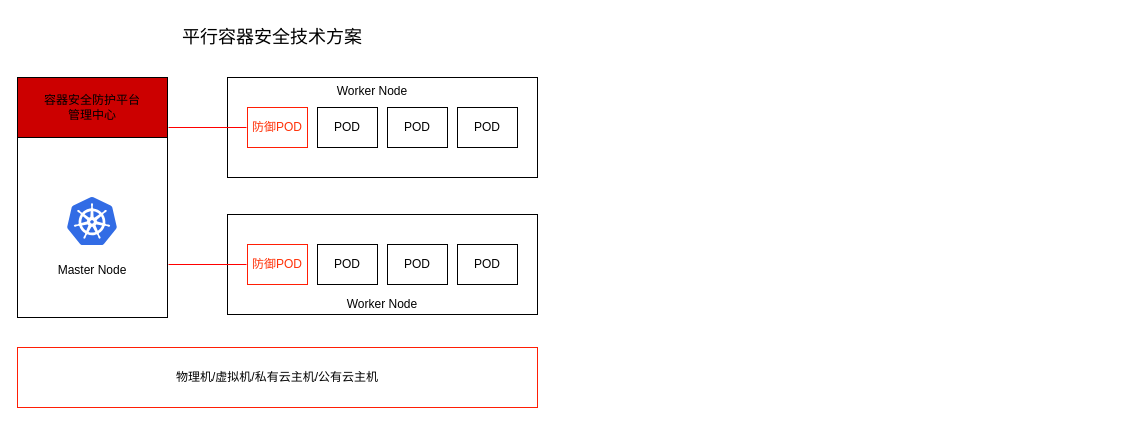
This is Untitled Diagram.drawio from secguad/IMAP_Bruteforce, a draw.io file, before an edit. Source tidied: cells renumbered, new cells numbered last; positions are measured from the earlier drawing's top-left corner, leaving out a move shared by most shapes. Both pictures are drawn from the tidied source at 100%, with x=0, y=0 at pixel (17, 17).
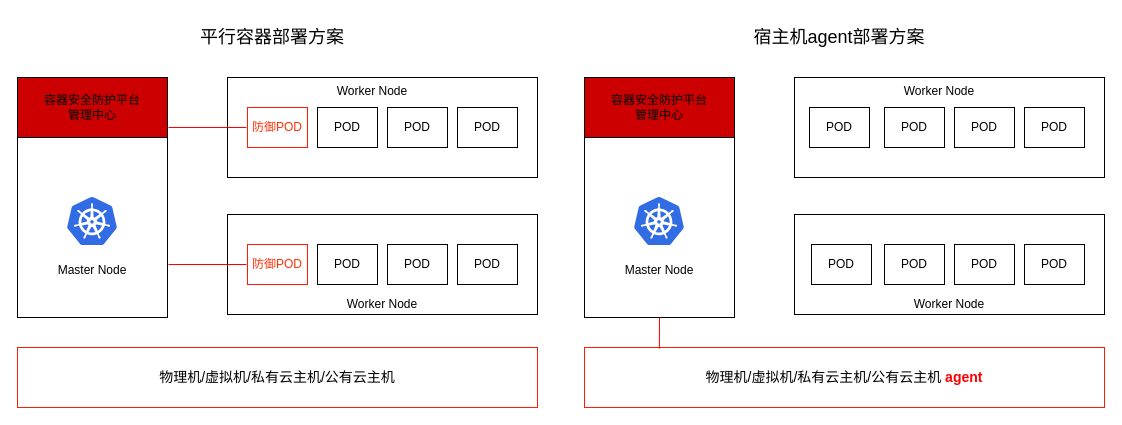
The same page after the edit.

Change to the diagram source:
```diff
@@
-    <mxCell id="19" value="物理机/虚拟机/私有云主机/公有云主机" style="rounded=0;whiteSpace=wrap;html=1;strokeColor=#FF1E05;fillColor=#FFFFFF;" parent="1" vertex="1">
+    <mxCell id="19" value="&lt;font style=&quot;font-size: 14px&quot;&gt;物理机/虚拟机/私有云主机/公有云主机&lt;/font&gt;" style="rounded=0;whiteSpace=wrap;html=1;strokeColor=#FF1E05;fillColor=#FFFFFF;" parent="1" vertex="1">
       <mxGeometry y="330" width="520" height="60" as="geometry" />
     </mxCell>
-    <mxCell id="20" value="&lt;font style=&quot;font-size: 18px&quot;&gt;平行容器安全技术方案&lt;/font&gt;" style="text;html=1;strokeColor=none;fillColor=none;align=center;verticalAlign=middle;whiteSpace=wrap;rounded=0;" parent="1" vertex="1">
+    <mxCell id="20" value="&lt;font style=&quot;font-size: 18px&quot;&gt;平行容器部署方案&lt;/font&gt;" style="text;html=1;strokeColor=none;fillColor=none;align=center;verticalAlign=middle;whiteSpace=wrap;rounded=0;" parent="1" vertex="1">
       <mxGeometry width="510" height="40" as="geometry" />
     </mxCell>
+    <mxCell id="21" value="&lt;br&gt;&lt;div&gt;&lt;br&gt;&lt;/div&gt;&lt;div&gt;&lt;br&gt;&lt;/div&gt;&lt;div&gt;&lt;br&gt;&lt;/div&gt;&lt;div&gt;&lt;br&gt;&lt;/div&gt;&lt;div&gt;&lt;br&gt;&lt;/div&gt;&lt;div&gt;&lt;br&gt;&lt;/div&gt;&lt;div&gt;&lt;br&gt;&lt;/div&gt;&lt;div&gt;&lt;br&gt;&lt;/div&gt;&lt;div&gt;&lt;br&gt;&lt;/div&gt;&lt;div&gt;Master Node&lt;/div&gt;" style="rounded=0;whiteSpace=wrap;html=1;" parent="1" vertex="1">
+      <mxGeometry x="567" y="62" width="150" height="238" as="geometry" />
+    </mxCell>
+    <mxCell id="22" style="html=1;align=center;image;fontSize=12;image=img/lib/mscae/Kubernetes.svg;" parent="1" vertex="1">
+      <mxGeometry x="617" y="180" width="50" height="48" as="geometry" />
+    </mxCell>
+    <mxCell id="23" value="&lt;div&gt;容器安全防护平台&lt;/div&gt;&lt;div&gt;管理中心&lt;/div&gt;" style="rounded=0;whiteSpace=wrap;html=1;fillColor=#CC0000;" parent="1" vertex="1">
+      <mxGeometry x="567" y="60" width="150" height="60" as="geometry" />
+    </mxCell>
+    <mxCell id="24" style="rounded=0;whiteSpace=wrap;html=1;fillColor=#FFFFFF;" parent="1" vertex="1">
+      <mxGeometry x="777" y="60" width="310" height="100" as="geometry" />
+    </mxCell>
+    <mxCell id="25" value="POD" style="rounded=0;whiteSpace=wrap;html=1;fillColor=#FFFFFF;" parent="1" vertex="1">
+      <mxGeometry x="867" y="90" width="60" height="40" as="geometry" />
+    </mxCell>
+    <mxCell id="26" value="POD" style="rounded=0;whiteSpace=wrap;html=1;fillColor=#FFFFFF;" parent="1" vertex="1">
+      <mxGeometry x="937" y="90" width="60" height="40" as="geometry" />
+    </mxCell>
+    <mxCell id="27" value="POD" style="rounded=0;whiteSpace=wrap;html=1;fillColor=#FFFFFF;" parent="1" vertex="1">
+      <mxGeometry x="1007" y="90" width="60" height="40" as="geometry" />
+    </mxCell>
+    <mxCell id="28" value="Worker Node " style="text;html=1;strokeColor=none;fillColor=none;align=center;verticalAlign=middle;whiteSpace=wrap;rounded=0;" parent="1" vertex="1">
+      <mxGeometry x="857" y="64" width="130" height="20" as="geometry" />
+    </mxCell>
+    <mxCell id="29" style="rounded=0;whiteSpace=wrap;html=1;fillColor=#FFFFFF;" parent="1" vertex="1">
+      <mxGeometry x="777" y="197" width="310" height="100" as="geometry" />
+    </mxCell>
+    <mxCell id="30" value="POD" style="rounded=0;whiteSpace=wrap;html=1;fillColor=#FFFFFF;" parent="1" vertex="1">
+      <mxGeometry x="867" y="227" width="60" height="40" as="geometry" />
+    </mxCell>
+    <mxCell id="31" value="POD" style="rounded=0;whiteSpace=wrap;html=1;fillColor=#FFFFFF;" parent="1" vertex="1">
+      <mxGeometry x="937" y="227" width="60" height="40" as="geometry" />
+    </mxCell>
+    <mxCell id="32" value="POD" style="rounded=0;whiteSpace=wrap;html=1;fillColor=#FFFFFF;" parent="1" vertex="1">
+      <mxGeometry x="1007" y="227" width="60" height="40" as="geometry" />
+    </mxCell>
+    <mxCell id="33" value="Worker Node " style="text;html=1;strokeColor=none;fillColor=none;align=center;verticalAlign=middle;whiteSpace=wrap;rounded=0;" parent="1" vertex="1">
+      <mxGeometry x="867" y="277" width="130" height="20" as="geometry" />
+    </mxCell>
+    <mxCell id="34" value="&lt;font style=&quot;font-size: 14px&quot;&gt;物理机/虚拟机/私有云主机/公有云主机 &lt;b&gt;&lt;font color=&quot;#FF0000&quot;&gt;agent&lt;/font&gt;&lt;/b&gt;&lt;/font&gt; " style="rounded=0;whiteSpace=wrap;html=1;strokeColor=#FF1E05;fillColor=#FFFFFF;" parent="1" vertex="1">
+      <mxGeometry x="567" y="330" width="520" height="60" as="geometry" />
+    </mxCell>
+    <mxCell id="35" value="&lt;font style=&quot;font-size: 18px&quot;&gt;宿主机agent部署方案&lt;/font&gt;" style="text;html=1;strokeColor=none;fillColor=none;align=center;verticalAlign=middle;whiteSpace=wrap;rounded=0;" parent="1" vertex="1">
+      <mxGeometry x="567" width="510" height="40" as="geometry" />
+    </mxCell>
+    <mxCell id="36" value="POD" style="rounded=0;whiteSpace=wrap;html=1;fillColor=#FFFFFF;" parent="1" vertex="1">
+      <mxGeometry x="792" y="90" width="60" height="40" as="geometry" />
+    </mxCell>
+    <mxCell id="37" value="POD" style="rounded=0;whiteSpace=wrap;html=1;fillColor=#FFFFFF;" parent="1" vertex="1">
+      <mxGeometry x="794" y="227" width="60" height="40" as="geometry" />
+    </mxCell>
+    <mxCell id="38" style="endArrow=none;html=1;strokeColor=#FF0000;entryX=0.5;entryY=1;entryDx=0;entryDy=0;exitX=0.144;exitY=0.017;exitDx=0;exitDy=0;exitPerimeter=0;" parent="1" edge="1" source="34" target="21">
+      <mxGeometry relative="1" as="geometry" />
+    </mxCell>
```
